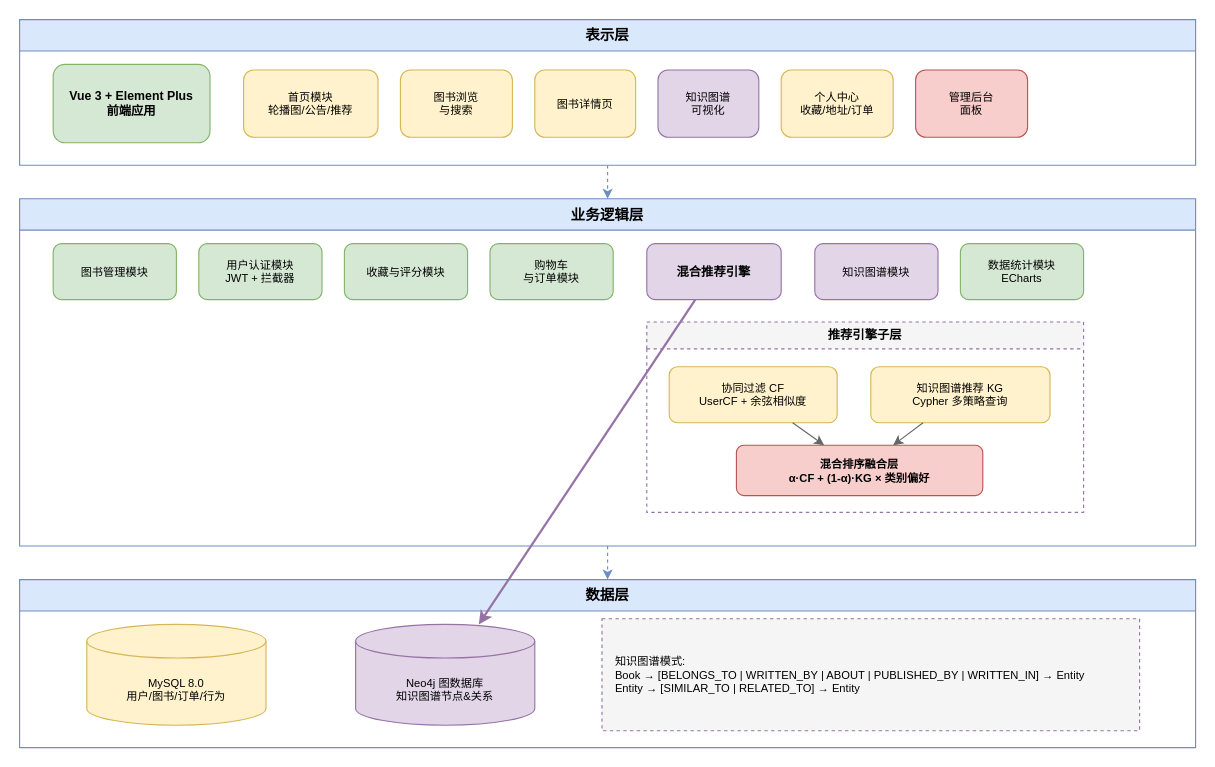
The draw.io diagram docs/diagrams/03-2_功能结构图.drawio in jjc-0/book_remmcomd, before the edit. Source tidied: cells renumbered, new cells numbered last; positions are measured from the earlier drawing's top-left corner, leaving out a move shared by most shapes. Both pictures are drawn from the tidied source at 112%, with x=0, y=0 at pixel (19, 19).
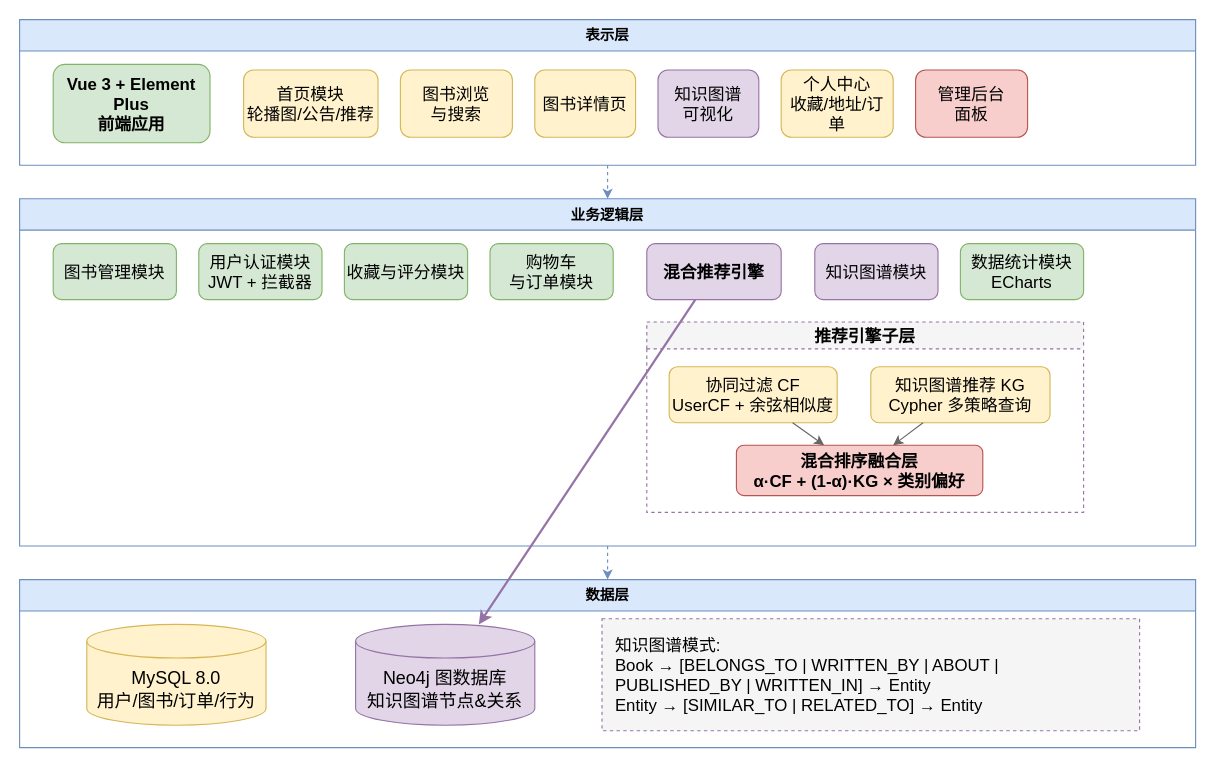
After the change.

Unchanged cells that the change refers to:
```xml
<mxCell id="2" value="表示层" style="swimlane;whiteSpace=wrap;html=1;fillColor=#dae8fc;strokeColor=#6c8ebf;fontSize=13;fontStyle=1;startSize=28;" parent="1" vertex="1">
  <mxGeometry width="1050" height="130" as="geometry" />
</mxCell>
<mxCell id="10" value="业务逻辑层" style="swimlane;whiteSpace=wrap;html=1;fillColor=#dae8fc;strokeColor=#6c8ebf;fontSize=13;fontStyle=1;startSize=28;" parent="1" vertex="1">
  <mxGeometry y="160" width="1050" height="310" as="geometry" />
</mxCell>
<mxCell id="24" value="数据层" style="swimlane;whiteSpace=wrap;html=1;fillColor=#dae8fc;strokeColor=#6c8ebf;fontSize=13;fontStyle=1;startSize=28;" parent="1" vertex="1">
  <mxGeometry y="500" width="1050" height="150" as="geometry" />
</mxCell>
```

Change to the diagram source:
```diff
@@
-    <mxCell id="3" value="Vue 3 + Element Plus&lt;br&gt;前端应用" style="rounded=1;whiteSpace=wrap;html=1;fontSize=11;fillColor=#d5e8d4;strokeColor=#82b366;fontStyle=1;" parent="2" vertex="1">
+    <mxCell id="3" value="Vue 3 + Element Plus&lt;br style=&quot;font-size: 15px;&quot;&gt;前端应用" style="rounded=1;whiteSpace=wrap;html=1;fontSize=15;fillColor=#d5e8d4;strokeColor=#82b366;fontStyle=1;" parent="2" vertex="1">
       <mxGeometry x="30" y="40" width="140" height="70" as="geometry" />
     </mxCell>
-    <mxCell id="4" value="首页模块&lt;br&gt;轮播图/公告/推荐" style="rounded=1;whiteSpace=wrap;html=1;fontSize=10;fillColor=#fff2cc;strokeColor=#d6b656;" parent="2" vertex="1">
+    <mxCell id="4" value="首页模块&lt;br style=&quot;font-size: 15px;&quot;&gt;轮播图/公告/推荐" style="rounded=1;whiteSpace=wrap;html=1;fontSize=15;fillColor=#fff2cc;strokeColor=#d6b656;" parent="2" vertex="1">
       <mxGeometry x="200" y="45" width="120" height="60" as="geometry" />
     </mxCell>
-    <mxCell id="5" value="图书浏览&lt;br&gt;与搜索" style="rounded=1;whiteSpace=wrap;html=1;fontSize=10;fillColor=#fff2cc;strokeColor=#d6b656;" parent="2" vertex="1">
+    <mxCell id="5" value="图书浏览&lt;br style=&quot;font-size: 15px;&quot;&gt;与搜索" style="rounded=1;whiteSpace=wrap;html=1;fontSize=15;fillColor=#fff2cc;strokeColor=#d6b656;" parent="2" vertex="1">
       <mxGeometry x="340" y="45" width="100" height="60" as="geometry" />
     </mxCell>
-    <mxCell id="6" value="图书详情页" style="rounded=1;whiteSpace=wrap;html=1;fontSize=10;fillColor=#fff2cc;strokeColor=#d6b656;" parent="2" vertex="1">
+    <mxCell id="6" value="图书详情页" style="rounded=1;whiteSpace=wrap;html=1;fontSize=15;fillColor=#fff2cc;strokeColor=#d6b656;" parent="2" vertex="1">
       <mxGeometry x="460" y="45" width="90" height="60" as="geometry" />
     </mxCell>
-    <mxCell id="7" value="知识图谱&lt;br&gt;可视化" style="rounded=1;whiteSpace=wrap;html=1;fontSize=10;fillColor=#e1d5e7;strokeColor=#9673a6;" parent="2" vertex="1">
+    <mxCell id="7" value="知识图谱&lt;br style=&quot;font-size: 15px;&quot;&gt;可视化" style="rounded=1;whiteSpace=wrap;html=1;fontSize=15;fillColor=#e1d5e7;strokeColor=#9673a6;" parent="2" vertex="1">
       <mxGeometry x="570" y="45" width="90" height="60" as="geometry" />
     </mxCell>
-    <mxCell id="8" value="个人中心&lt;br&gt;收藏/地址/订单" style="rounded=1;whiteSpace=wrap;html=1;fontSize=10;fillColor=#fff2cc;strokeColor=#d6b656;" parent="2" vertex="1">
+    <mxCell id="8" value="个人中心&lt;br style=&quot;font-size: 15px;&quot;&gt;收藏/地址/订单" style="rounded=1;whiteSpace=wrap;html=1;fontSize=15;fillColor=#fff2cc;strokeColor=#d6b656;" parent="2" vertex="1">
       <mxGeometry x="680" y="45" width="100" height="60" as="geometry" />
     </mxCell>
-    <mxCell id="9" value="管理后台&lt;br&gt;面板" style="rounded=1;whiteSpace=wrap;html=1;fontSize=10;fillColor=#f8cecc;strokeColor=#b85450;" parent="2" vertex="1">
+    <mxCell id="9" value="管理后台&lt;br style=&quot;font-size: 15px;&quot;&gt;面板" style="rounded=1;whiteSpace=wrap;html=1;fontSize=15;fillColor=#f8cecc;strokeColor=#b85450;" parent="2" vertex="1">
       <mxGeometry x="800" y="45" width="100" height="60" as="geometry" />
     </mxCell>
@@
-    <mxCell id="11" value="图书管理模块" style="rounded=1;whiteSpace=wrap;html=1;fontSize=10;fillColor=#d5e8d4;strokeColor=#82b366;" parent="10" vertex="1">
+    <mxCell id="11" value="图书管理模块" style="rounded=1;whiteSpace=wrap;html=1;fontSize=15;fillColor=#d5e8d4;strokeColor=#82b366;" parent="10" vertex="1">
       <mxGeometry x="30" y="40" width="110" height="50" as="geometry" />
     </mxCell>
-    <mxCell id="12" value="用户认证模块&lt;br&gt;JWT + 拦截器" style="rounded=1;whiteSpace=wrap;html=1;fontSize=10;fillColor=#d5e8d4;strokeColor=#82b366;" parent="10" vertex="1">
+    <mxCell id="12" value="用户认证模块&lt;br style=&quot;font-size: 15px;&quot;&gt;JWT + 拦截器" style="rounded=1;whiteSpace=wrap;html=1;fontSize=15;fillColor=#d5e8d4;strokeColor=#82b366;" parent="10" vertex="1">
       <mxGeometry x="160" y="40" width="110" height="50" as="geometry" />
     </mxCell>
-    <mxCell id="13" value="收藏与评分模块" style="rounded=1;whiteSpace=wrap;html=1;fontSize=10;fillColor=#d5e8d4;strokeColor=#82b366;" parent="10" vertex="1">
+    <mxCell id="13" value="收藏与评分模块" style="rounded=1;whiteSpace=wrap;html=1;fontSize=15;fillColor=#d5e8d4;strokeColor=#82b366;" parent="10" vertex="1">
       <mxGeometry x="290" y="40" width="110" height="50" as="geometry" />
     </mxCell>
-    <mxCell id="14" value="购物车&lt;br&gt;与订单模块" style="rounded=1;whiteSpace=wrap;html=1;fontSize=10;fillColor=#d5e8d4;strokeColor=#82b366;" parent="10" vertex="1">
+    <mxCell id="14" value="购物车&lt;br style=&quot;font-size: 15px;&quot;&gt;与订单模块" style="rounded=1;whiteSpace=wrap;html=1;fontSize=15;fillColor=#d5e8d4;strokeColor=#82b366;" parent="10" vertex="1">
       <mxGeometry x="420" y="40" width="110" height="50" as="geometry" />
     </mxCell>
-    <mxCell id="15" value="混合推荐引擎" style="rounded=1;whiteSpace=wrap;html=1;fontSize=11;fillColor=#e1d5e7;strokeColor=#9673a6;fontStyle=1;" parent="10" vertex="1">
+    <mxCell id="15" value="混合推荐引擎" style="rounded=1;whiteSpace=wrap;html=1;fontSize=15;fillColor=#e1d5e7;strokeColor=#9673a6;fontStyle=1;" parent="10" vertex="1">
       <mxGeometry x="560" y="40" width="120" height="50" as="geometry" />
     </mxCell>
-    <mxCell id="16" value="知识图谱模块" style="rounded=1;whiteSpace=wrap;html=1;fontSize=10;fillColor=#e1d5e7;strokeColor=#9673a6;" parent="10" vertex="1">
+    <mxCell id="16" value="知识图谱模块" style="rounded=1;whiteSpace=wrap;html=1;fontSize=15;fillColor=#e1d5e7;strokeColor=#9673a6;" parent="10" vertex="1">
       <mxGeometry x="710" y="40" width="110" height="50" as="geometry" />
     </mxCell>
-    <mxCell id="17" value="数据统计模块&lt;br&gt;ECharts" style="rounded=1;whiteSpace=wrap;html=1;fontSize=10;fillColor=#d5e8d4;strokeColor=#82b366;" parent="10" vertex="1">
+    <mxCell id="17" value="数据统计模块&lt;br style=&quot;font-size: 15px;&quot;&gt;ECharts" style="rounded=1;whiteSpace=wrap;html=1;fontSize=15;fillColor=#d5e8d4;strokeColor=#82b366;" parent="10" vertex="1">
       <mxGeometry x="840" y="40" width="110" height="50" as="geometry" />
     </mxCell>
-    <mxCell id="18" value="推荐引擎子层" style="swimlane;whiteSpace=wrap;html=1;fillColor=#f5f5f5;strokeColor=#9673a6;fontSize=11;fontStyle=1;startSize=24;dashed=1;" parent="10" vertex="1">
+    <mxCell id="18" value="推荐引擎子层" style="swimlane;whiteSpace=wrap;html=1;fillColor=#f5f5f5;strokeColor=#9673a6;fontSize=15;fontStyle=1;startSize=24;dashed=1;" parent="10" vertex="1">
       <mxGeometry x="560" y="110" width="390" height="170" as="geometry" />
     </mxCell>
-    <mxCell id="19" value="协同过滤 CF&lt;br&gt;UserCF + 余弦相似度" style="rounded=1;whiteSpace=wrap;html=1;fontSize=10;fillColor=#fff2cc;strokeColor=#d6b656;" parent="18" vertex="1">
+    <mxCell id="19" value="协同过滤 CF&lt;br style=&quot;font-size: 15px;&quot;&gt;UserCF + 余弦相似度" style="rounded=1;whiteSpace=wrap;html=1;fontSize=15;fillColor=#fff2cc;strokeColor=#d6b656;" parent="18" vertex="1">
       <mxGeometry x="20" y="40" width="150" height="50" as="geometry" />
     </mxCell>
-    <mxCell id="20" value="知识图谱推荐 KG&lt;br&gt;Cypher 多策略查询" style="rounded=1;whiteSpace=wrap;html=1;fontSize=10;fillColor=#fff2cc;strokeColor=#d6b656;" parent="18" vertex="1">
+    <mxCell id="20" value="知识图谱推荐 KG&lt;br style=&quot;font-size: 15px;&quot;&gt;Cypher 多策略查询" style="rounded=1;whiteSpace=wrap;html=1;fontSize=15;fillColor=#fff2cc;strokeColor=#d6b656;" parent="18" vertex="1">
       <mxGeometry x="200" y="40" width="160" height="50" as="geometry" />
     </mxCell>
-    <mxCell id="21" value="混合排序融合层&lt;br&gt;α·CF + (1-α)·KG × 类别偏好" style="rounded=1;whiteSpace=wrap;html=1;fontSize=10;fillColor=#f8cecc;strokeColor=#b85450;fontStyle=1;" parent="18" vertex="1">
+    <mxCell id="21" value="混合排序融合层&lt;br style=&quot;font-size: 15px;&quot;&gt;α·CF + (1-α)·KG × 类别偏好" style="rounded=1;whiteSpace=wrap;html=1;fontSize=15;fillColor=#f8cecc;strokeColor=#b85450;fontStyle=1;" parent="18" vertex="1">
       <mxGeometry x="80" y="110" width="220" height="45" as="geometry" />
     </mxCell>
@@
-    <mxCell id="25" value="MySQL 8.0&lt;br&gt;用户/图书/订单/行为" style="shape=cylinder3;whiteSpace=wrap;html=1;boundedLbl=1;backgroundOutline=1;size=15;fontSize=10;fillColor=#fff2cc;strokeColor=#d6b656;" parent="24" vertex="1">
+    <mxCell id="25" value="MySQL 8.0&lt;br style=&quot;font-size: 16px;&quot;&gt;用户/图书/订单/行为" style="shape=cylinder3;whiteSpace=wrap;html=1;boundedLbl=1;backgroundOutline=1;size=15;fontSize=16;fillColor=#fff2cc;strokeColor=#d6b656;" parent="24" vertex="1">
       <mxGeometry x="60" y="40" width="160" height="90" as="geometry" />
     </mxCell>
-    <mxCell id="26" value="Neo4j 图数据库&lt;br&gt;知识图谱节点&amp;关系" style="shape=cylinder3;whiteSpace=wrap;html=1;boundedLbl=1;backgroundOutline=1;size=15;fontSize=10;fillColor=#e1d5e7;strokeColor=#9673a6;" parent="24" vertex="1">
+    <mxCell id="26" value="Neo4j 图数据库&lt;br style=&quot;font-size: 16px;&quot;&gt;知识图谱节点&amp;amp;关系" style="shape=cylinder3;whiteSpace=wrap;html=1;boundedLbl=1;backgroundOutline=1;size=15;fontSize=16;fillColor=#e1d5e7;strokeColor=#9673a6;" parent="24" vertex="1">
       <mxGeometry x="300" y="40" width="160" height="90" as="geometry" />
     </mxCell>
@@
-    <mxCell id="28" value="知识图谱模式:&lt;br&gt;Book → [BELONGS_TO | WRITTEN_BY | ABOUT | PUBLISHED_BY | WRITTEN_IN] → Entity&lt;br&gt;Entity → [SIMILAR_TO | RELATED_TO] → Entity" style="text;html=1;strokeColor=none;fillColor=none;align=left;verticalAlign=middle;whiteSpace=wrap;fontSize=10;" parent="24" vertex="1">
+    <mxCell id="28" value="知识图谱模式:&lt;br style=&quot;font-size: 15px;&quot;&gt;Book → [BELONGS_TO | WRITTEN_BY | ABOUT | PUBLISHED_BY | WRITTEN_IN] → Entity&lt;br style=&quot;font-size: 15px;&quot;&gt;Entity → [SIMILAR_TO | RELATED_TO] → Entity" style="text;html=1;strokeColor=none;fillColor=none;align=left;verticalAlign=middle;whiteSpace=wrap;fontSize=15;" parent="24" vertex="1">
       <mxGeometry x="530" y="45" width="460" height="80" as="geometry" />
     </mxCell>
```
